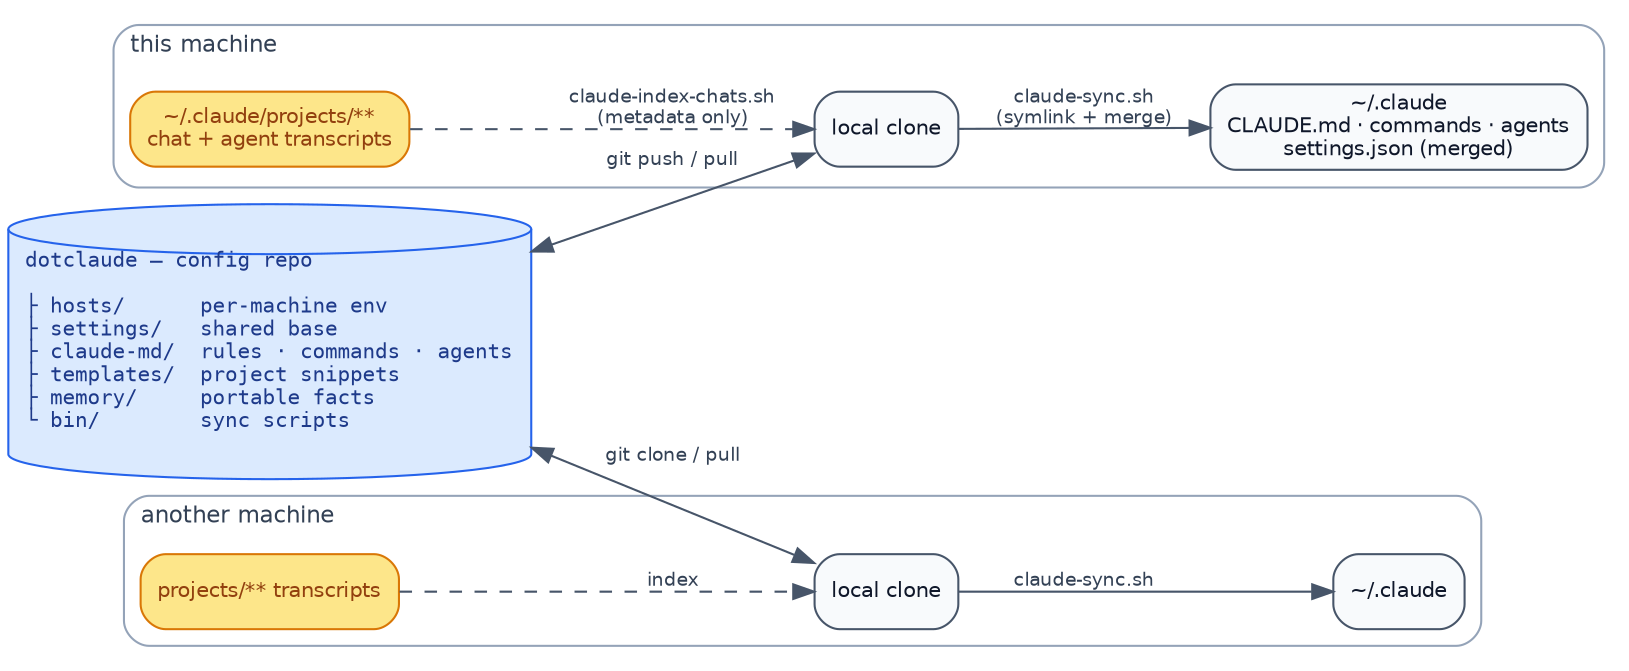
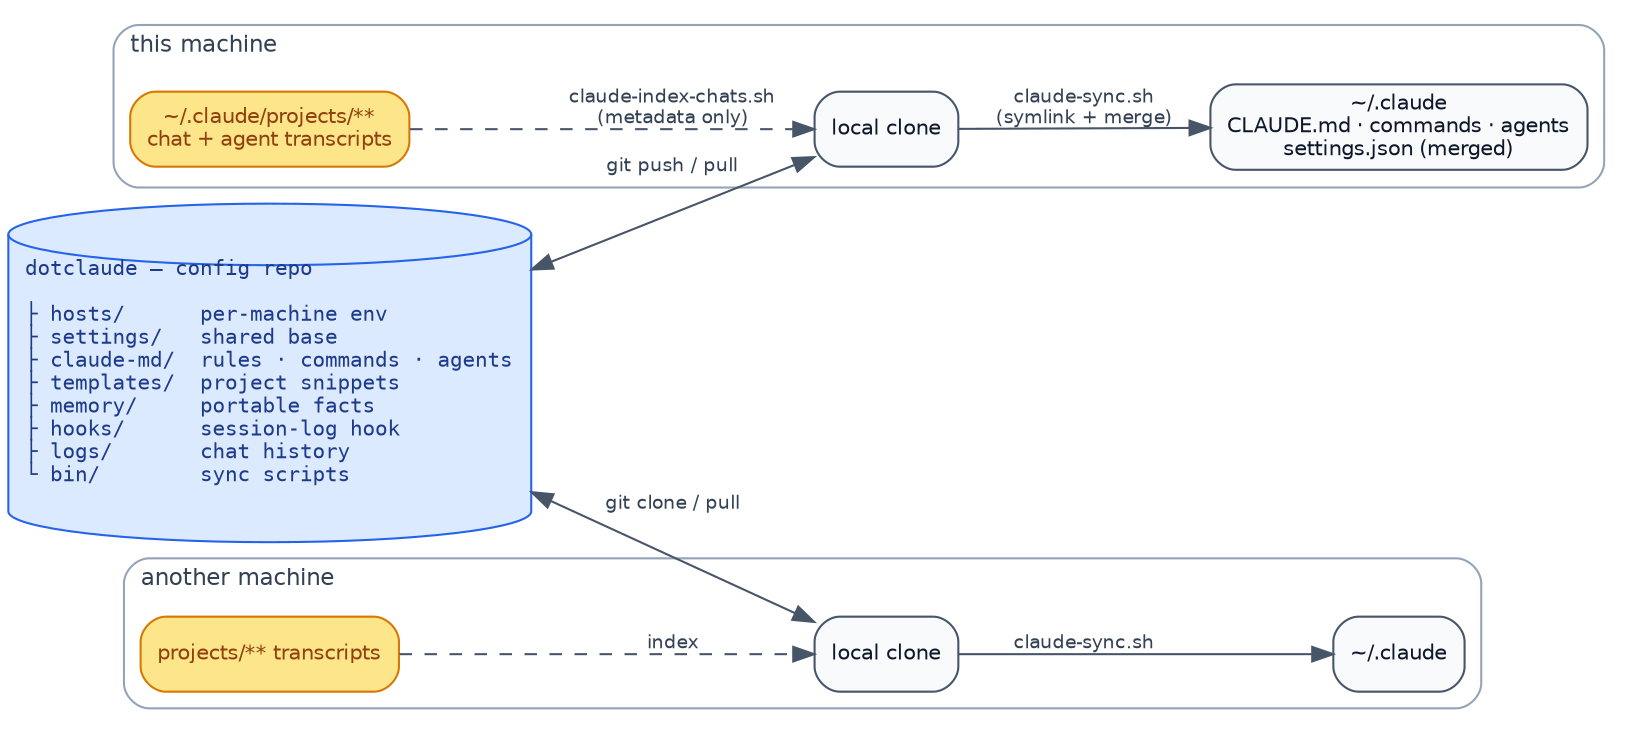
// Source for docs/overview.svg — render with:  dot -Tsvg docs/overview.dot -o docs/overview.svg
digraph dotclaude {
  rankdir=LR;
  bgcolor="white";
  fontname="Helvetica"; fontsize=11;
  node  [fontname="Helvetica", fontsize=10, shape=box, style="rounded,filled",
         fillcolor="#f8fafc", color="#475569", fontcolor="#0f172a"];
  edge  [fontname="Helvetica", fontsize=9, color="#475569", fontcolor="#334155"];

  GH [shape=cylinder, fontname="Courier", fillcolor="#dbeafe", color="#2563eb",
      fontcolor="#1e3a8a",
-       label="dotclaude — config repo\l \l├ hosts/      per-machine env\l├ settings/   shared base\l├ claude-md/  rules · commands · agents\l├ templates/  project snippets\l├ memory/     portable facts\l└ bin/        sync scripts\l"];
+       label="dotclaude — config repo\l \l├ hosts/      per-machine env\l├ settings/   shared base\l├ claude-md/  rules · commands · agents\l├ templates/  project snippets\l├ memory/     portable facts\l├ hooks/      session-log hook\l├ logs/       chat history\l└ bin/        sync scripts\l"];

  subgraph cluster_A {
    label="this machine"; labeljust="l"; style="rounded"; color="#94a3b8";
    fontcolor="#334155"; fontsize=11;
    C1   [label="local clone"];
    CFG1 [label="~/.claude\nCLAUDE.md · commands · agents\nsettings.json (merged)"];
    TX1  [label="~/.claude/projects/**\nchat + agent transcripts",
          fillcolor="#fde68a", color="#d97706", fontcolor="#92400e"];
  }

  subgraph cluster_B {
    label="another machine"; labeljust="l"; style="rounded"; color="#94a3b8";
    fontcolor="#334155"; fontsize=11;
    C2   [label="local clone"];
    CFG2 [label="~/.claude"];
    TX2  [label="projects/** transcripts",
          fillcolor="#fde68a", color="#d97706", fontcolor="#92400e"];
  }

  GH  -> C1  [dir=both, label="git push / pull"];
  GH  -> C2  [dir=both, label="git clone / pull"];
  C1  -> CFG1 [label="claude-sync.sh\n(symlink + merge)"];
  C2  -> CFG2 [label="claude-sync.sh"];
  TX1 -> C1  [style=dashed, label="claude-index-chats.sh\n(metadata only)"];
  TX2 -> C2  [style=dashed, label="index"];
}
